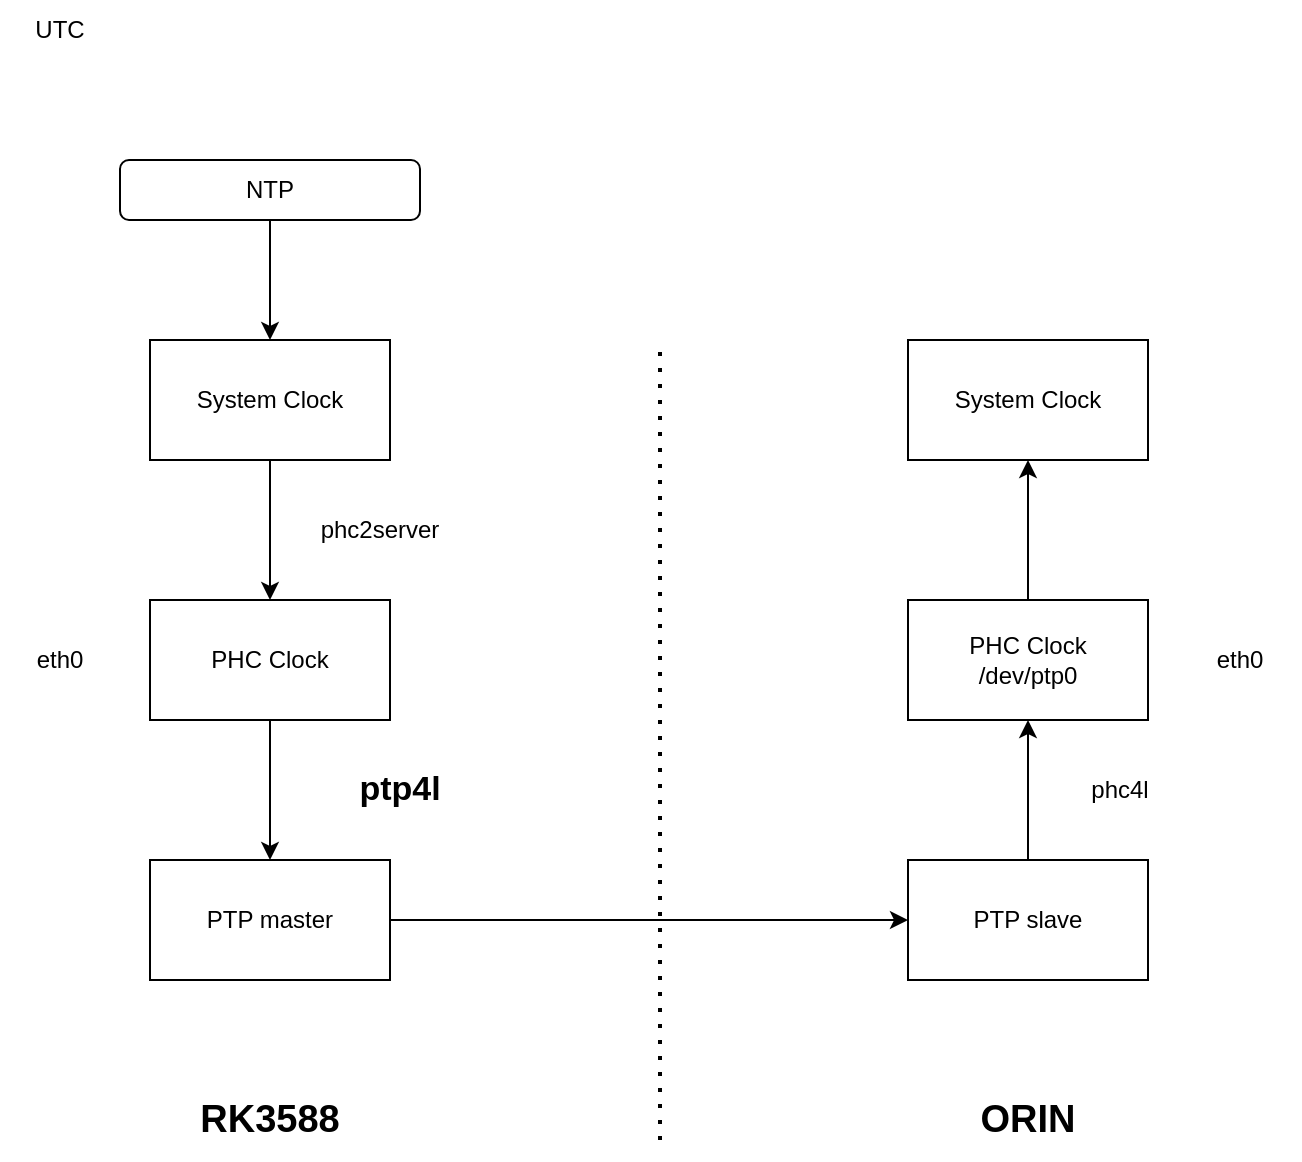
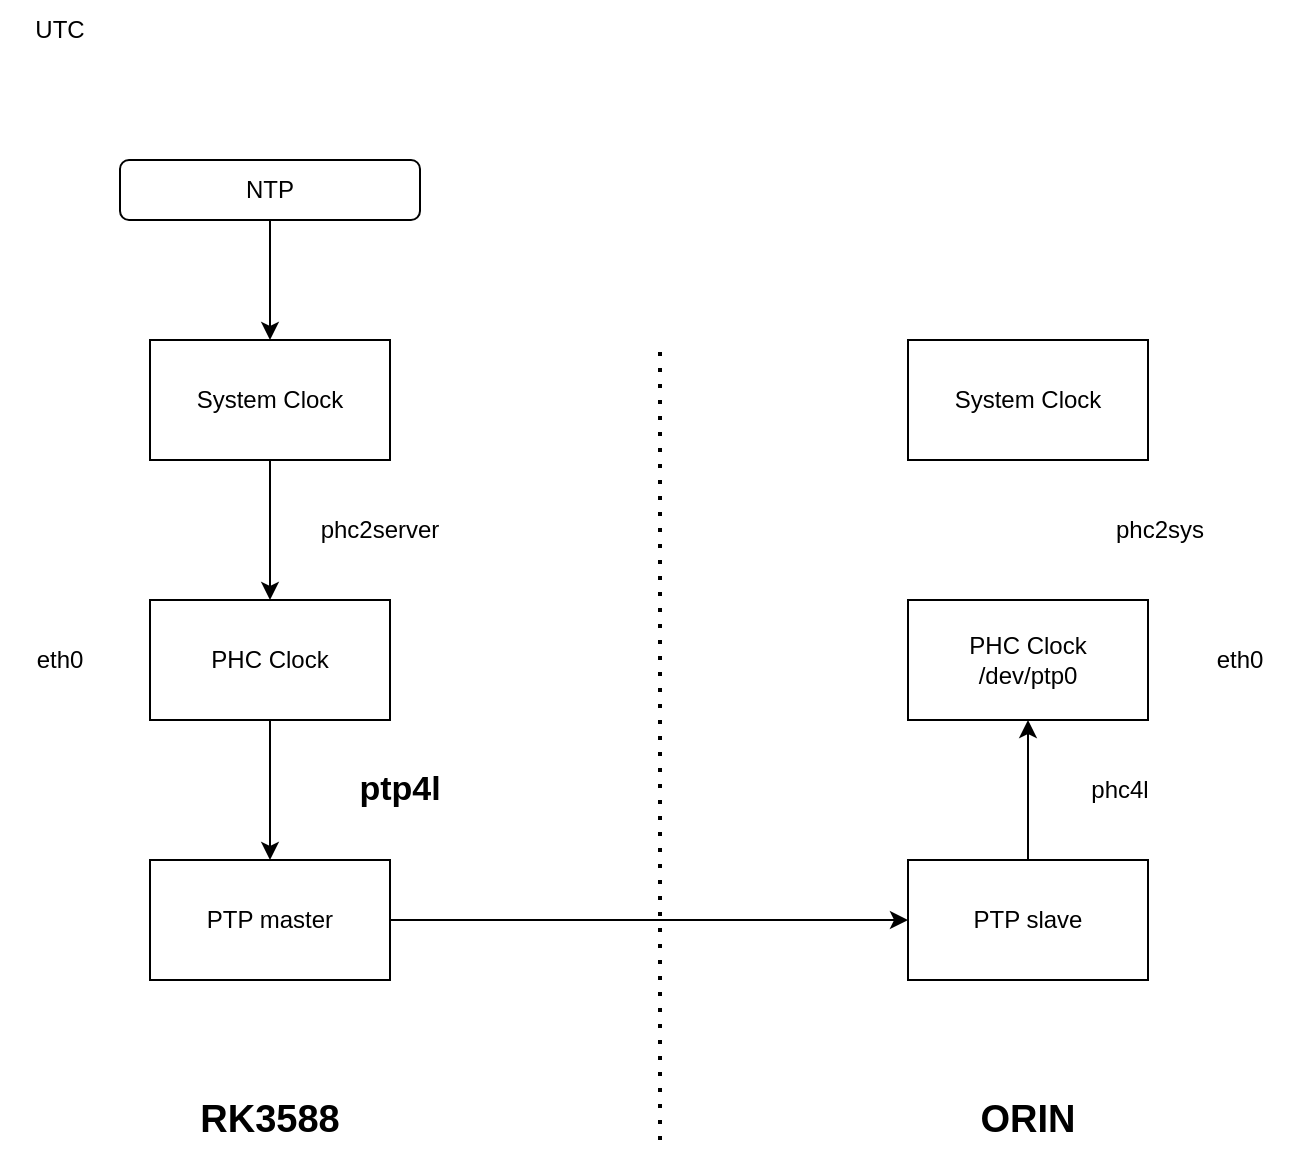
<mxfile host="app.diagrams.net" agent="Mozilla/5.0 (Windows NT 10.0; Win64; x64) AppleWebKit/537.36 (KHTML, like Gecko) Chrome/148.0.0.0 Safari/537.36">
  <diagram name="第 1 页" id="xi5zx8poPBdEaGlYp24N">
    <mxGraphModel dx="1122" dy="596" grid="1" gridSize="10" guides="1" tooltips="1" connect="1" arrows="1" fold="1" page="1" pageScale="1" pageWidth="827" pageHeight="1169" math="0" shadow="0">
      <root>
        <mxCell id="0" />
        <mxCell id="1" parent="0" />
        <mxCell id="9tWx0qsMY7gKmuM-r2hu-1" edge="1" parent="1" source="473n1farRfXXC9yVkO81-1" style="edgeStyle=orthogonalEdgeStyle;rounded=0;orthogonalLoop=1;jettySize=auto;html=1;" target="473n1farRfXXC9yVkO81-7" value="">
          <mxGeometry relative="1" as="geometry" />
        </mxCell>
        <mxCell id="473n1farRfXXC9yVkO81-1" parent="1" style="rounded=1;whiteSpace=wrap;html=1;" value="NTP" vertex="1">
          <mxGeometry height="30" width="150" x="130" y="150" as="geometry" />
        </mxCell>
        <mxCell id="473n1farRfXXC9yVkO81-6" parent="1" style="text;html=1;whiteSpace=wrap;strokeColor=none;fillColor=none;align=center;verticalAlign=middle;rounded=0;" value="UTC" vertex="1">
          <mxGeometry height="30" width="60" x="70" y="70" as="geometry" />
        </mxCell>
        <mxCell id="9tWx0qsMY7gKmuM-r2hu-3" edge="1" parent="1" source="473n1farRfXXC9yVkO81-7" style="edgeStyle=orthogonalEdgeStyle;rounded=0;orthogonalLoop=1;jettySize=auto;html=1;" target="9tWx0qsMY7gKmuM-r2hu-2" value="">
          <mxGeometry relative="1" as="geometry" />
        </mxCell>
        <mxCell id="473n1farRfXXC9yVkO81-7" parent="1" style="rounded=0;whiteSpace=wrap;html=1;" value="System Clock" vertex="1">
          <mxGeometry height="60" width="120" x="145" y="240" as="geometry" />
        </mxCell>
        <mxCell id="9tWx0qsMY7gKmuM-r2hu-5" edge="1" parent="1" source="9tWx0qsMY7gKmuM-r2hu-2" style="edgeStyle=orthogonalEdgeStyle;rounded=0;orthogonalLoop=1;jettySize=auto;html=1;" target="9tWx0qsMY7gKmuM-r2hu-4" value="">
          <mxGeometry relative="1" as="geometry" />
        </mxCell>
        <mxCell id="9tWx0qsMY7gKmuM-r2hu-2" parent="1" style="rounded=0;whiteSpace=wrap;html=1;" value="PHC Clock" vertex="1">
          <mxGeometry height="60" width="120" x="145" y="370" as="geometry" />
        </mxCell>
        <mxCell id="9tWx0qsMY7gKmuM-r2hu-11" edge="1" parent="1" source="9tWx0qsMY7gKmuM-r2hu-4" style="edgeStyle=orthogonalEdgeStyle;rounded=0;orthogonalLoop=1;jettySize=auto;html=1;exitX=1;exitY=0.5;exitDx=0;exitDy=0;entryX=0;entryY=0.5;entryDx=0;entryDy=0;" target="9tWx0qsMY7gKmuM-r2hu-9">
          <mxGeometry relative="1" as="geometry" />
        </mxCell>
        <mxCell id="9tWx0qsMY7gKmuM-r2hu-4" parent="1" style="rounded=0;whiteSpace=wrap;html=1;" value="PTP master" vertex="1">
          <mxGeometry height="60" width="120" x="145" y="500" as="geometry" />
        </mxCell>
        <mxCell id="9tWx0qsMY7gKmuM-r2hu-6" parent="1" style="text;html=1;whiteSpace=wrap;strokeColor=none;fillColor=none;align=center;verticalAlign=middle;rounded=0;" value="phc2server" vertex="1">
          <mxGeometry height="30" width="60" x="230" y="320" as="geometry" />
        </mxCell>
        <mxCell id="9tWx0qsMY7gKmuM-r2hu-7" parent="1" style="text;html=1;whiteSpace=wrap;strokeColor=none;fillColor=none;align=center;verticalAlign=middle;rounded=0;fontStyle=1;fontColor=light-dark(#000000,#CC0000);fontSize=17;" value="ptp4l" vertex="1">
          <mxGeometry height="30" width="60" x="240" y="450" as="geometry" />
        </mxCell>
        <mxCell id="9tWx0qsMY7gKmuM-r2hu-8" edge="1" parent="1" style="endArrow=none;dashed=1;html=1;dashPattern=1 3;strokeWidth=2;rounded=0;" value="">
          <mxGeometry height="50" relative="1" width="50" as="geometry">
            <mxPoint x="400" y="640" as="sourcePoint" />
            <mxPoint x="400" y="240" as="targetPoint" />
          </mxGeometry>
        </mxCell>
        <mxCell id="9tWx0qsMY7gKmuM-r2hu-12" edge="1" parent="1" source="9tWx0qsMY7gKmuM-r2hu-9" style="edgeStyle=orthogonalEdgeStyle;rounded=0;orthogonalLoop=1;jettySize=auto;html=1;exitX=0.5;exitY=0;exitDx=0;exitDy=0;entryX=0.5;entryY=1;entryDx=0;entryDy=0;" target="9tWx0qsMY7gKmuM-r2hu-10">
          <mxGeometry relative="1" as="geometry" />
        </mxCell>
        <mxCell id="9tWx0qsMY7gKmuM-r2hu-9" parent="1" style="rounded=0;whiteSpace=wrap;html=1;" value="PTP slave" vertex="1">
          <mxGeometry height="60" width="120" x="524" y="500" as="geometry" />
        </mxCell>
-         <mxCell id="9tWx0qsMY7gKmuM-r2hu-15" edge="1" parent="1" source="9tWx0qsMY7gKmuM-r2hu-10" style="edgeStyle=orthogonalEdgeStyle;rounded=0;orthogonalLoop=1;jettySize=auto;html=1;" target="9tWx0qsMY7gKmuM-r2hu-14" value="">
-           <mxGeometry relative="1" as="geometry" />
-         </mxCell>
        <mxCell id="9tWx0qsMY7gKmuM-r2hu-10" parent="1" style="rounded=0;whiteSpace=wrap;html=1;" value="PHC Clock&lt;br&gt;/dev/ptp0" vertex="1">
          <mxGeometry height="60" width="120" x="524" y="370" as="geometry" />
        </mxCell>
        <mxCell id="9tWx0qsMY7gKmuM-r2hu-13" parent="1" style="text;html=1;whiteSpace=wrap;strokeColor=none;fillColor=none;align=center;verticalAlign=middle;rounded=0;" value="phc4l" vertex="1">
          <mxGeometry height="30" width="60" x="600" y="450" as="geometry" />
        </mxCell>
        <mxCell id="9tWx0qsMY7gKmuM-r2hu-14" parent="1" style="rounded=0;whiteSpace=wrap;html=1;" value="System Clock" vertex="1">
          <mxGeometry height="60" width="120" x="524" y="240" as="geometry" />
        </mxCell>
        <mxCell id="9tWx0qsMY7gKmuM-r2hu-16" parent="1" style="text;html=1;whiteSpace=wrap;strokeColor=none;fillColor=none;align=center;verticalAlign=middle;rounded=0;fontStyle=1;fontSize=19;" value="RK3588" vertex="1">
          <mxGeometry height="40" width="120" x="145" y="610" as="geometry" />
        </mxCell>
        <mxCell id="9tWx0qsMY7gKmuM-r2hu-18" parent="1" style="text;html=1;whiteSpace=wrap;strokeColor=none;fillColor=none;align=center;verticalAlign=middle;rounded=0;fontStyle=1;fontSize=19;" value="ORIN" vertex="1">
          <mxGeometry height="40" width="120" x="524" y="610" as="geometry" />
        </mxCell>
        <mxCell id="9tWx0qsMY7gKmuM-r2hu-19" parent="1" style="text;html=1;whiteSpace=wrap;strokeColor=none;fillColor=none;align=center;verticalAlign=middle;rounded=0;" value="eth0" vertex="1">
          <mxGeometry height="30" width="60" x="70" y="385" as="geometry" />
        </mxCell>
        <mxCell id="9tWx0qsMY7gKmuM-r2hu-20" parent="1" style="text;html=1;whiteSpace=wrap;strokeColor=none;fillColor=none;align=center;verticalAlign=middle;rounded=0;" value="eth0" vertex="1">
          <mxGeometry height="30" width="60" x="660" y="385" as="geometry" />
        </mxCell>
+         <mxCell id="9tWx0qsMY7gKmuM-r2hu-23" parent="1" style="text;html=1;whiteSpace=wrap;strokeColor=none;fillColor=none;align=center;verticalAlign=middle;rounded=0;" value="phc2sys" vertex="1">
+           <mxGeometry height="30" width="60" x="620" y="320" as="geometry" />
+         </mxCell>
      </root>
    </mxGraphModel>
  </diagram>
</mxfile>
